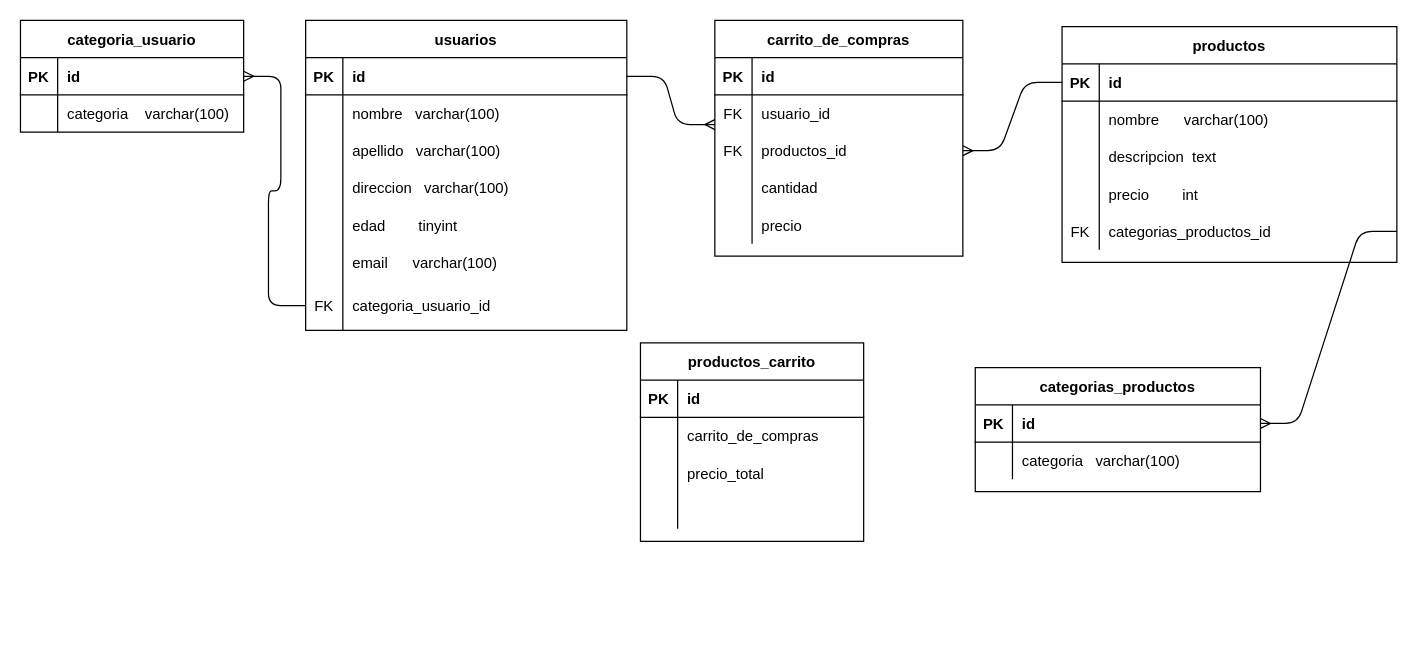
Before: src/data/diagrama.drawio in 0621CDFSNCN12LAED/grupo-10, a draw.io diagram. Source tidied: cells renumbered, new cells numbered last; positions are measured from the earlier drawing's top-left corner, leaving out a move shared by most shapes. Both pictures are drawn from the tidied source at 124%, with x=0, y=0 at pixel (20, 20).
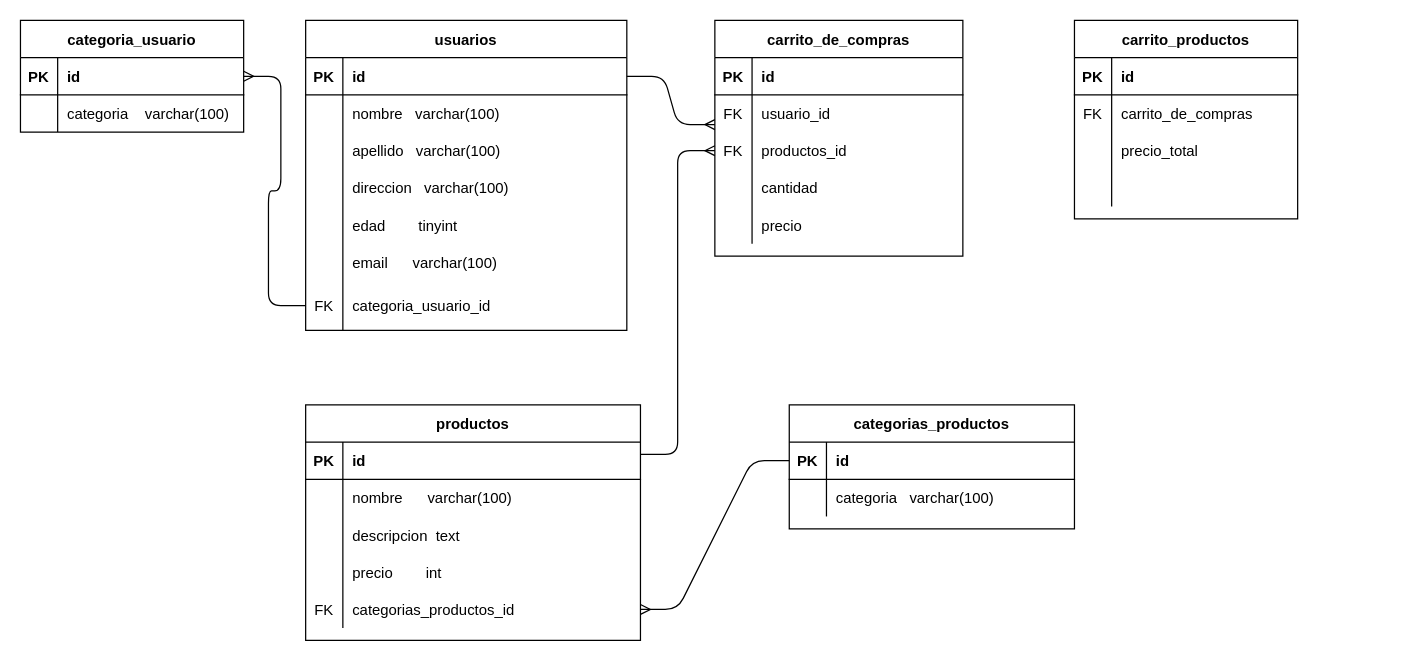
Above is the later version.

The change refers to these unchanged cells:
```xml
<mxCell id="3" style="shape=partialRectangle;fillColor=none;top=0;left=0;bottom=1;right=0;points=[[0,0.5],[1,0.5]];portConstraint=eastwest;" parent="2" vertex="1">
  <mxGeometry y="30" width="230" height="30" as="geometry" />
</mxCell>
<mxCell id="10" style="shape=partialRectangle;fillColor=none;top=0;left=0;bottom=1;right=0;points=[[0,0.5],[1,0.5]];portConstraint=eastwest;" parent="9" vertex="1">
  <mxGeometry y="30" width="270" height="30" as="geometry" />
</mxCell>
<mxCell id="22" style="shape=partialRectangle;fillColor=none;top=0;left=0;bottom=0;right=0;points=[[0,0.5],[1,0.5]];portConstraint=eastwest;" parent="9" vertex="1">
  <mxGeometry y="150" width="270" height="30" as="geometry" />
</mxCell>
<mxCell id="61" style="shape=partialRectangle;fillColor=none;top=0;left=0;bottom=0;right=0;points=[[0,0.5],[1,0.5]];portConstraint=eastwest;" parent="54" vertex="1">
  <mxGeometry y="90" width="200" height="30" as="geometry" />
</mxCell>
<mxCell id="76" style="shape=partialRectangle;fillColor=none;top=0;left=0;bottom=0;right=0;" parent="72" vertex="1">
  <mxGeometry y="60" width="180" height="30" as="geometry" />
</mxCell>
```

The edit, as a diff of the source:
```diff
@@
     <mxCell id="2" value="categorias_productos" style="shape=table;startSize=30;childLayout=tableLayout;rowLines=0;fontStyle=1;align=center;" parent="1" vertex="1">
-      <mxGeometry x="770" y="280" width="230" height="100" as="geometry" />
+      <mxGeometry x="620" y="310" width="230" height="100" as="geometry" />
     </mxCell>
@@
     <mxCell id="9" value="productos" style="shape=table;startSize=30;childLayout=tableLayout;rowLines=0;fontStyle=1;align=center;" parent="1" vertex="1">
-      <mxGeometry x="840" y="5" width="270" height="190" as="geometry" />
+      <mxGeometry x="230" y="310" width="270" height="190" as="geometry" />
     </mxCell>
@@
-    <mxCell id="71" style="edgeStyle=entityRelationEdgeStyle;fontSize=12;html=1;endArrow=none;endFill=0;exitX=1;exitY=0.5;exitDx=0;exitDy=0;startArrow=ERmany;startFill=0;entryX=1;entryY=0.5;entryDx=0;entryDy=0;" parent="1" edge="1" source="3" target="22">
-      <mxGeometry relative="1" as="geometry" />
-    </mxCell>
-    <mxCell id="72" value="productos_carrito" style="shape=table;startSize=30;childLayout=tableLayout;rowLines=0;fontStyle=1;align=center;" parent="1" vertex="1">
-      <mxGeometry x="500" y="260" width="180" height="160" as="geometry" />
+    <mxCell id="72" value="carrito_productos" style="shape=table;startSize=30;childLayout=tableLayout;rowLines=0;fontStyle=1;align=center;" parent="1" vertex="1">
+      <mxGeometry x="850" width="180" height="160" as="geometry" />
     </mxCell>
@@
-    <mxCell id="77" style="shape=partialRectangle;fillColor=none;top=0;left=0;bottom=0;right=0;overflow=hidden;" parent="76" vertex="1">
+    <mxCell id="77" value="FK" style="shape=partialRectangle;fillColor=none;top=0;left=0;bottom=0;right=0;overflow=hidden;" parent="76" vertex="1">
       <mxGeometry width="30" height="30" as="geometry" />
     </mxCell>
@@
-    <mxCell id="86" style="edgeStyle=entityRelationEdgeStyle;fontSize=12;html=1;endArrow=none;endFill=0;entryX=0;entryY=0.5;entryDx=0;entryDy=0;exitX=1;exitY=0.5;exitDx=0;exitDy=0;startArrow=ERmany;startFill=0;" parent="1" edge="1" source="61" target="10">
-      <mxGeometry relative="1" as="geometry" />
-    </mxCell>
+    <mxCell id="87" style="edgeStyle=entityRelationEdgeStyle;fontSize=12;html=1;endArrow=ERmany;entryX=0;entryY=0.5;entryDx=0;entryDy=0;" parent="1" edge="1" target="61">
+      <mxGeometry relative="1" as="geometry">
+        <mxPoint x="500" y="350" as="sourcePoint" />
+      </mxGeometry>
+    </mxCell>
+    <mxCell id="71" style="edgeStyle=entityRelationEdgeStyle;fontSize=12;html=1;endArrow=none;endFill=0;startArrow=ERmany;startFill=0;exitX=1;exitY=0.5;exitDx=0;exitDy=0;" parent="1" edge="1" source="22" target="3">
+      <mxGeometry relative="1" as="geometry" />
+    </mxCell>
```
